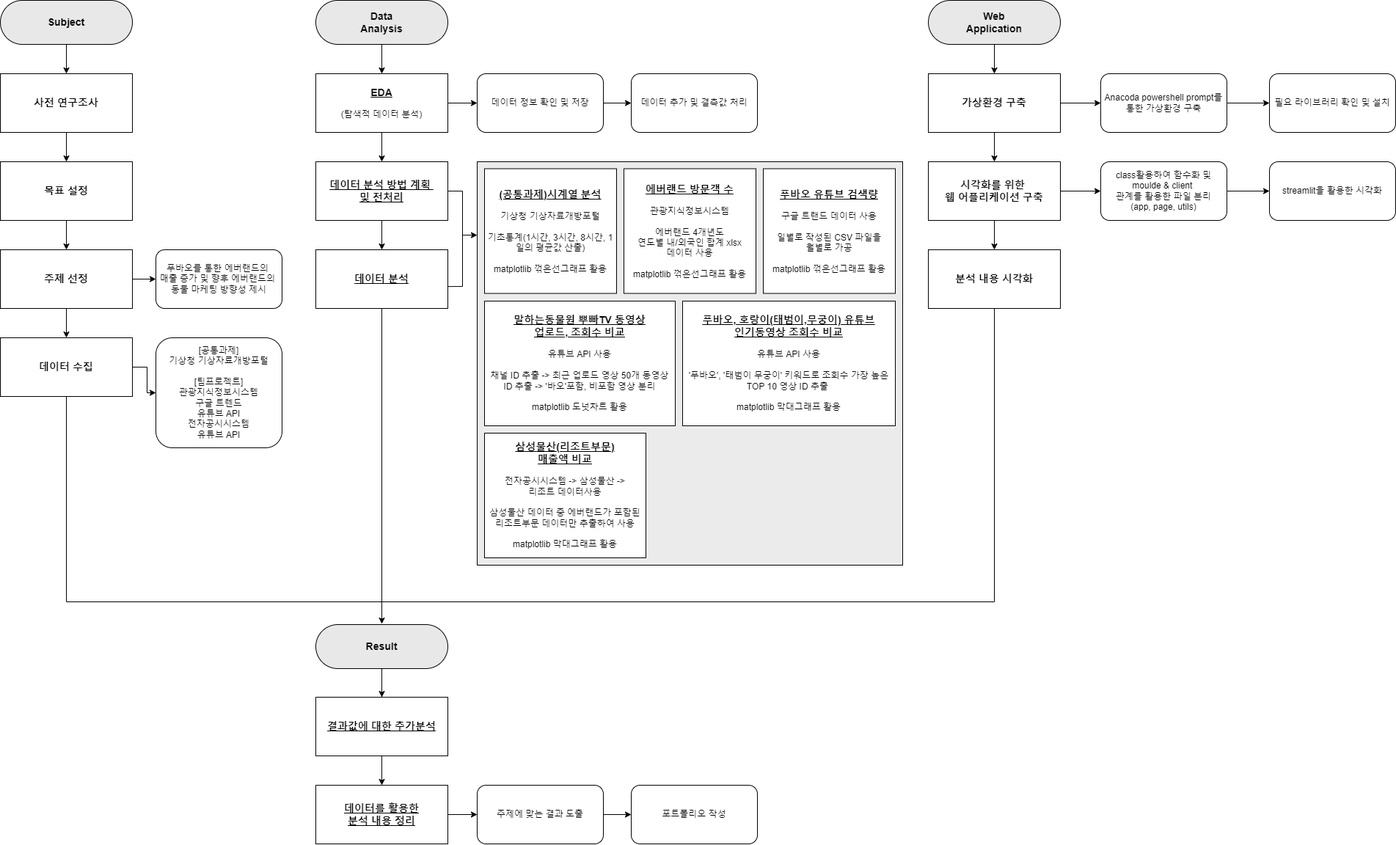
The draw.io diagram page/img/wp_prj_diagram.drawio.png in Weekly-Project/weekly_project, before a commit. Source tidied: cells renumbered, new cells last; positions are measured from the earlier drawing's top-left corner, leaving out a move shared by most shapes.
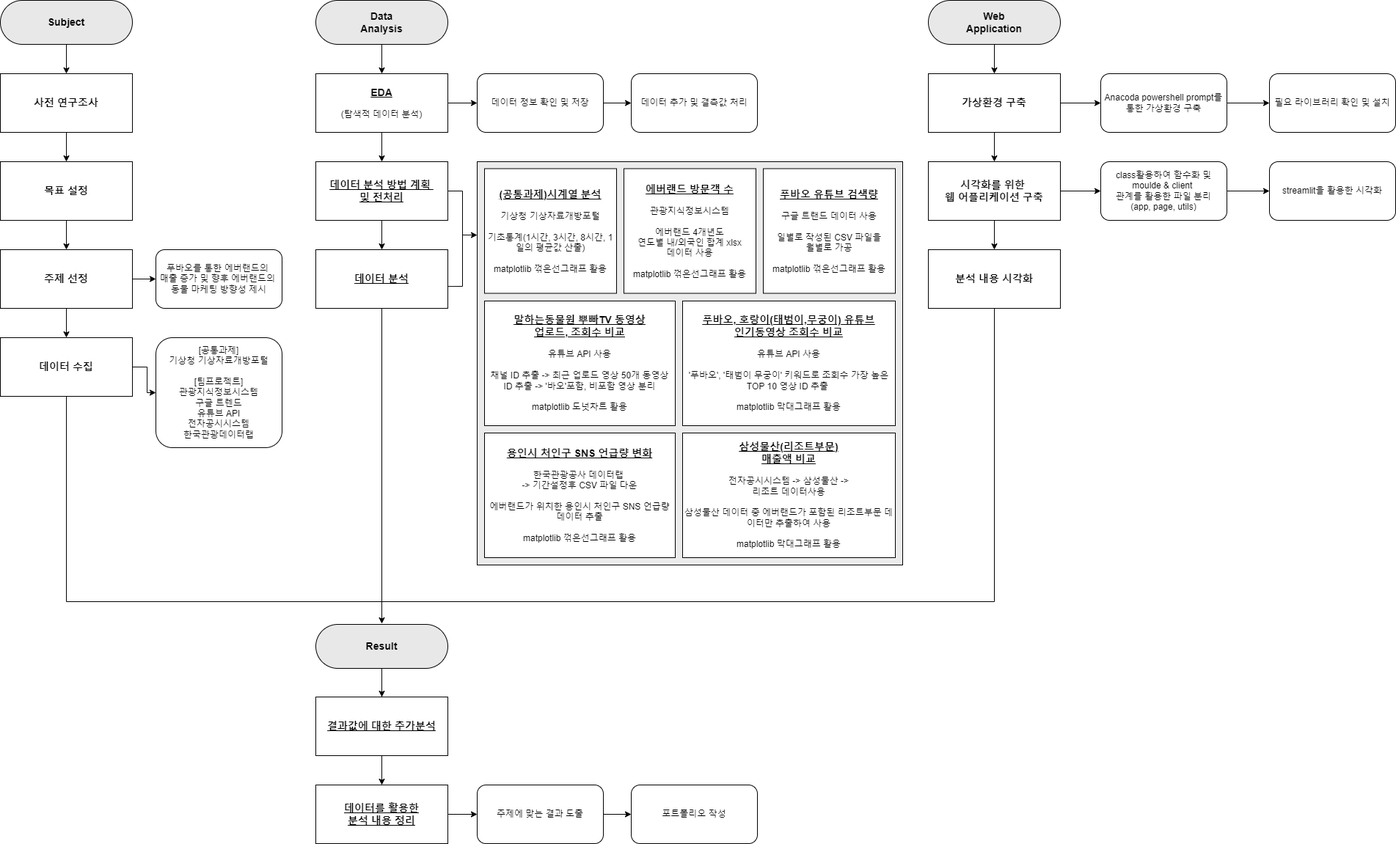
Above is the later version.

Change to the diagram source:
```diff
@@ -53,7 +53,7 @@
     <mxCell id="18" value="&lt;font style=&quot;font-size: 14px;&quot;&gt;&lt;b&gt;&lt;u&gt;EDA&lt;/u&gt;&lt;/b&gt;&lt;/font&gt;&lt;br&gt;&lt;br&gt;(탐색적 데이터 분석)" style="rounded=0;whiteSpace=wrap;html=1;" parent="1" vertex="1">
       <mxGeometry x="430" y="100" width="180" height="80" as="geometry" />
     </mxCell>
-    <mxCell id="19" value="[공통과제]&lt;br&gt;기상청 기상자료개방포털&lt;br&gt;&lt;br&gt;[팀프로젝트]&lt;br&gt;관광지식정보시스템&lt;br&gt;구글 트렌드&lt;br&gt;유튜브 API&lt;br&gt;전자공시시스템&lt;br&gt;유튜브 API" style="rounded=1;whiteSpace=wrap;html=1;" parent="1" vertex="1">
+    <mxCell id="19" value="[공통과제]&lt;br&gt;기상청 기상자료개방포털&lt;br&gt;&lt;br&gt;[팀프로젝트]&lt;br&gt;관광지식정보시스템&lt;br&gt;구글 트렌드&lt;br&gt;유튜브 API&lt;br&gt;전자공시시스템&lt;br&gt;한국관광데이터랩" style="rounded=1;whiteSpace=wrap;html=1;" parent="1" vertex="1">
       <mxGeometry x="212" y="460" width="172" height="150" as="geometry" />
     </mxCell>
     <mxCell id="20" style="edgeStyle=orthogonalEdgeStyle;rounded=0;jettySize=auto;html=1;exitX=0.5;exitY=1;exitDx=0;exitDy=0;" parent="1" edge="1" source="21" target="22">
@@ -137,12 +137,15 @@
     <mxCell id="46" value="&lt;b style=&quot;border-color: var(--border-color);&quot;&gt;&lt;font style=&quot;border-color: var(--border-color); font-size: 14px;&quot;&gt;&lt;u style=&quot;border-color: var(--border-color);&quot;&gt;에버랜드 방문객 수&lt;br&gt;&lt;/u&gt;&lt;/font&gt;&lt;/b&gt;&lt;br&gt;관광지식정보시스템&lt;br&gt;&lt;br&gt;에버랜드 4개년도&lt;br&gt;연도별 내/외국인 합계 xlsx&lt;br&gt;데이터 사용&lt;br&gt;&lt;br&gt;matplotlib 꺾은선그래프 활용" style="rounded=0;whiteSpace=wrap;html=1;" parent="41" vertex="1">
       <mxGeometry x="200" y="9.5" width="180" height="170" as="geometry" />
     </mxCell>
-    <mxCell id="47" value="&lt;b style=&quot;border-color: var(--border-color);&quot;&gt;&lt;font style=&quot;border-color: var(--border-color); font-size: 14px;&quot;&gt;&lt;u style=&quot;border-color: var(--border-color);&quot;&gt;삼성물산(리조트부문)&lt;br&gt;매출액 비교&lt;br&gt;&lt;/u&gt;&lt;/font&gt;&lt;/b&gt;&lt;br&gt;전자공시시스템 -&amp;gt; 삼성물산 -&amp;gt;&lt;br&gt;리조트 데이터사용&lt;br&gt;&lt;br&gt;삼성물산 데이터 중 에버랜드가 포함된 리조트부문 데이터만 추출하여 사용&lt;br&gt;&lt;br&gt;matplotlib 막대그래프 활용" style="rounded=0;whiteSpace=wrap;html=1;" parent="41" vertex="1">
-      <mxGeometry x="10" y="370" width="220" height="170" as="geometry" />
+    <mxCell id="47" value="&lt;b style=&quot;border-color: var(--border-color);&quot;&gt;&lt;font style=&quot;border-color: var(--border-color); font-size: 14px;&quot;&gt;&lt;u style=&quot;border-color: var(--border-color);&quot;&gt;용인시 처인구 SNS 언급량 변화&lt;br&gt;&lt;/u&gt;&lt;/font&gt;&lt;/b&gt;&lt;br&gt;한국관광공사 데이터랩 &lt;br&gt;-&amp;gt; 기간설정후&amp;nbsp;CSV 파일 다운&lt;br&gt;&lt;br&gt;에버랜드가 위치한 용인시 처인구 SNS 언급량 데이터 추출&lt;br&gt;&lt;br&gt;matplotlib 꺾은선그래프 활용" style="rounded=0;whiteSpace=wrap;html=1;" parent="41" vertex="1">
+      <mxGeometry x="10" y="370" width="260" height="170" as="geometry" />
     </mxCell>
     <mxCell id="48" value="&lt;b style=&quot;border-color: var(--border-color);&quot;&gt;&lt;font style=&quot;border-color: var(--border-color); font-size: 14px;&quot;&gt;&lt;u style=&quot;border-color: var(--border-color);&quot;&gt;(공통과제)시계열 분석&lt;br&gt;&lt;/u&gt;&lt;/font&gt;&lt;/b&gt;&lt;br&gt;기상청 기상자료개방포털&lt;br&gt;&lt;br&gt;기초통계(1시간, 3시간, 8시간, 1일의 평균값 산출)&lt;br&gt;&lt;br&gt;matplotlib 꺾은선그래프 활용" style="rounded=0;whiteSpace=wrap;html=1;" parent="41" vertex="1">
       <mxGeometry x="10" y="9.5" width="180" height="170" as="geometry" />
     </mxCell>
+    <mxCell id="62" value="&lt;b style=&quot;border-color: var(--border-color);&quot;&gt;&lt;font style=&quot;border-color: var(--border-color); font-size: 14px;&quot;&gt;&lt;u style=&quot;border-color: var(--border-color);&quot;&gt;삼성물산(리조트부문)&lt;br&gt;매출액 비교&lt;br&gt;&lt;/u&gt;&lt;/font&gt;&lt;/b&gt;&lt;br&gt;전자공시시스템 -&amp;gt; 삼성물산 -&amp;gt;&lt;br&gt;리조트 데이터사용&lt;br&gt;&lt;br&gt;삼성물산 데이터 중 에버랜드가 포함된 리조트부문 데이터만 추출하여 사용&lt;br&gt;&lt;br&gt;matplotlib 막대그래프 활용" style="rounded=0;whiteSpace=wrap;html=1;" parent="41" vertex="1">
+      <mxGeometry x="280" y="370" width="290" height="170" as="geometry" />
+    </mxCell>
     <mxCell id="49" style="endArrow=none;html=1;rounded=0;exitX=1;exitY=0.5;exitDx=0;exitDy=0;entryX=0.998;entryY=0.627;entryDx=0;entryDy=0;entryPerimeter=0;" parent="1" edge="1" source="21" target="22">
       <mxGeometry relative="1" as="geometry">
         <Array as="points">
```
